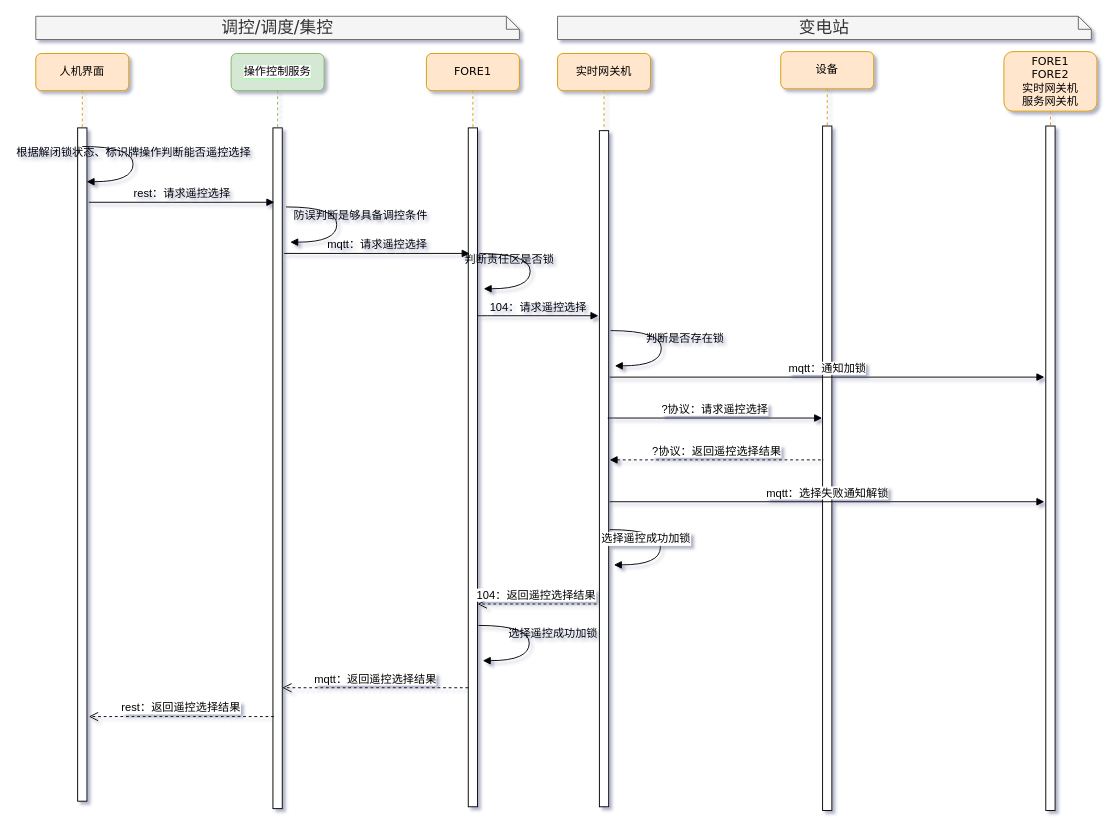
This is page "集控站遥控选择" (2 of 8) of 操作与控制.drawio from qwe995272801/taowenxiang, a draw.io file, before an edit. Source tidied: cells renumbered, new cells numbered last; positions are measured from the earlier drawing's top-left corner, leaving out a move shared by most shapes. Both pictures are drawn from the tidied source at 93%, with x=0, y=0 at pixel (35, 16).
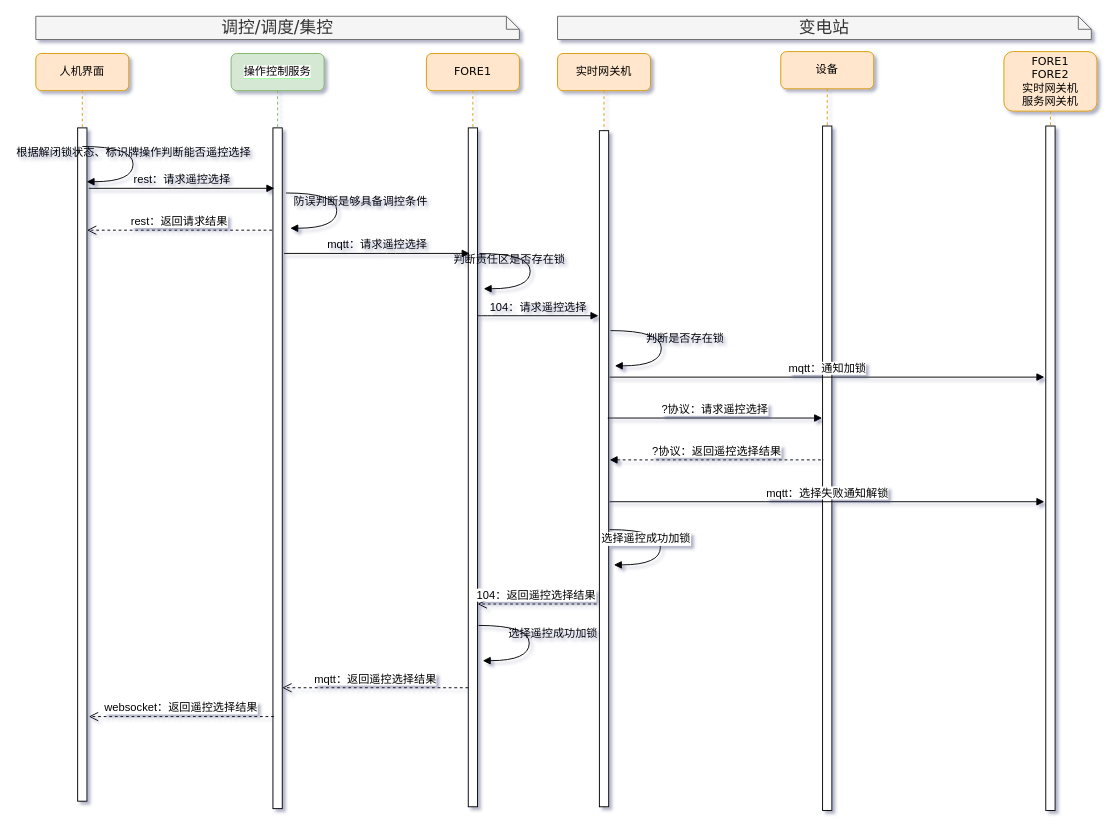
The same diagram, later.

What changed in the source:
```diff
@@
     <mxCell id="9" value="rest：请求遥控选择" style="html=1;verticalAlign=bottom;endArrow=block;labelBackgroundColor=none;fontFamily=Helvetica;fontSize=12;edgeStyle=elbowEdgeStyle;elbow=vertical;" parent="1" edge="1">
       <mxGeometry relative="1" as="geometry">
-        <mxPoint x="57" y="200" as="sourcePoint" />
-        <mxPoint x="256.5" y="200" as="targetPoint" />
+        <mxPoint x="57" y="185" as="sourcePoint" />
+        <mxPoint x="256.5" y="185" as="targetPoint" />
       </mxGeometry>
     </mxCell>
@@
-    <mxCell id="11" value="rest：返回遥控选择结果" style="html=1;verticalAlign=bottom;endArrow=open;dashed=1;endSize=8;fontFamily=Helvetica;entryX=1.1;entryY=0.98;entryDx=0;entryDy=0;entryPerimeter=0;fontSize=12;" parent="1" edge="1">
+    <mxCell id="11" value="websocket：返回遥控选择结果" style="html=1;verticalAlign=bottom;endArrow=open;dashed=1;endSize=8;fontFamily=Helvetica;entryX=1.1;entryY=0.98;entryDx=0;entryDy=0;entryPerimeter=0;fontSize=12;" parent="1" edge="1">
       <mxGeometry relative="1" as="geometry">
         <mxPoint x="256" y="753" as="sourcePoint" />
         <mxPoint x="57" y="753" as="targetPoint" />
       </mxGeometry>
     </mxCell>
@@
-    <mxCell id="15" value="判断责任区是否锁" style="html=1;verticalAlign=bottom;endArrow=block;labelBackgroundColor=none;fontFamily=Verdana;fontSize=12;elbow=vertical;edgeStyle=orthogonalEdgeStyle;curved=1;entryX=1;entryY=0.286;entryPerimeter=0;exitX=1.038;exitY=0.345;exitPerimeter=0;" parent="1" edge="1">
+    <mxCell id="15" value="判断责任区是否存在锁" style="html=1;verticalAlign=bottom;endArrow=block;labelBackgroundColor=none;fontFamily=Verdana;fontSize=12;elbow=vertical;edgeStyle=orthogonalEdgeStyle;curved=1;entryX=1;entryY=0.286;entryPerimeter=0;exitX=1.038;exitY=0.345;exitPerimeter=0;" parent="1" edge="1">
       <mxGeometry x="-0.55" y="-16" relative="1" as="geometry">
         <mxPoint x="477" y="255.1" as="sourcePoint" />
         <mxPoint x="481.6" y="293" as="targetPoint" />
         <Array as="points">
           <mxPoint x="531.6" y="255" />
           <mxPoint x="531.6" y="293" />
         </Array>
       </mxGeometry>
     </mxCell>
@@
     <mxCell id="30" value="防误判断是够具备调控条件" style="html=1;verticalAlign=bottom;endArrow=block;labelBackgroundColor=none;fontFamily=Verdana;fontSize=12;elbow=vertical;edgeStyle=orthogonalEdgeStyle;curved=1;entryX=1;entryY=0.286;entryPerimeter=0;exitX=1.038;exitY=0.345;exitPerimeter=0;" parent="1" edge="1">
       <mxGeometry x="0.02" y="25" relative="1" as="geometry">
-        <mxPoint x="269" y="205" as="sourcePoint" />
-        <mxPoint x="273.6" y="242.9" as="targetPoint" />
+        <mxPoint x="269" y="190" as="sourcePoint" />
+        <mxPoint x="273.6" y="227.9" as="targetPoint" />
         <Array as="points">
-          <mxPoint x="323.6" y="204.9" />
-          <mxPoint x="323.6" y="242.9" />
+          <mxPoint x="323.6" y="189.9" />
+          <mxPoint x="323.6" y="227.9" />
         </Array>
       </mxGeometry>
     </mxCell>
@@
+    <mxCell id="33" value="rest：返回请求结果" style="html=1;verticalAlign=bottom;endArrow=open;dashed=1;endSize=8;fontFamily=Helvetica;entryX=1.1;entryY=0.98;entryDx=0;entryDy=0;entryPerimeter=0;fontSize=12;" parent="1" edge="1">
+      <mxGeometry relative="1" as="geometry">
+        <mxPoint x="254" y="230" as="sourcePoint" />
+        <mxPoint x="55" y="230" as="targetPoint" />
+      </mxGeometry>
+    </mxCell>
```
